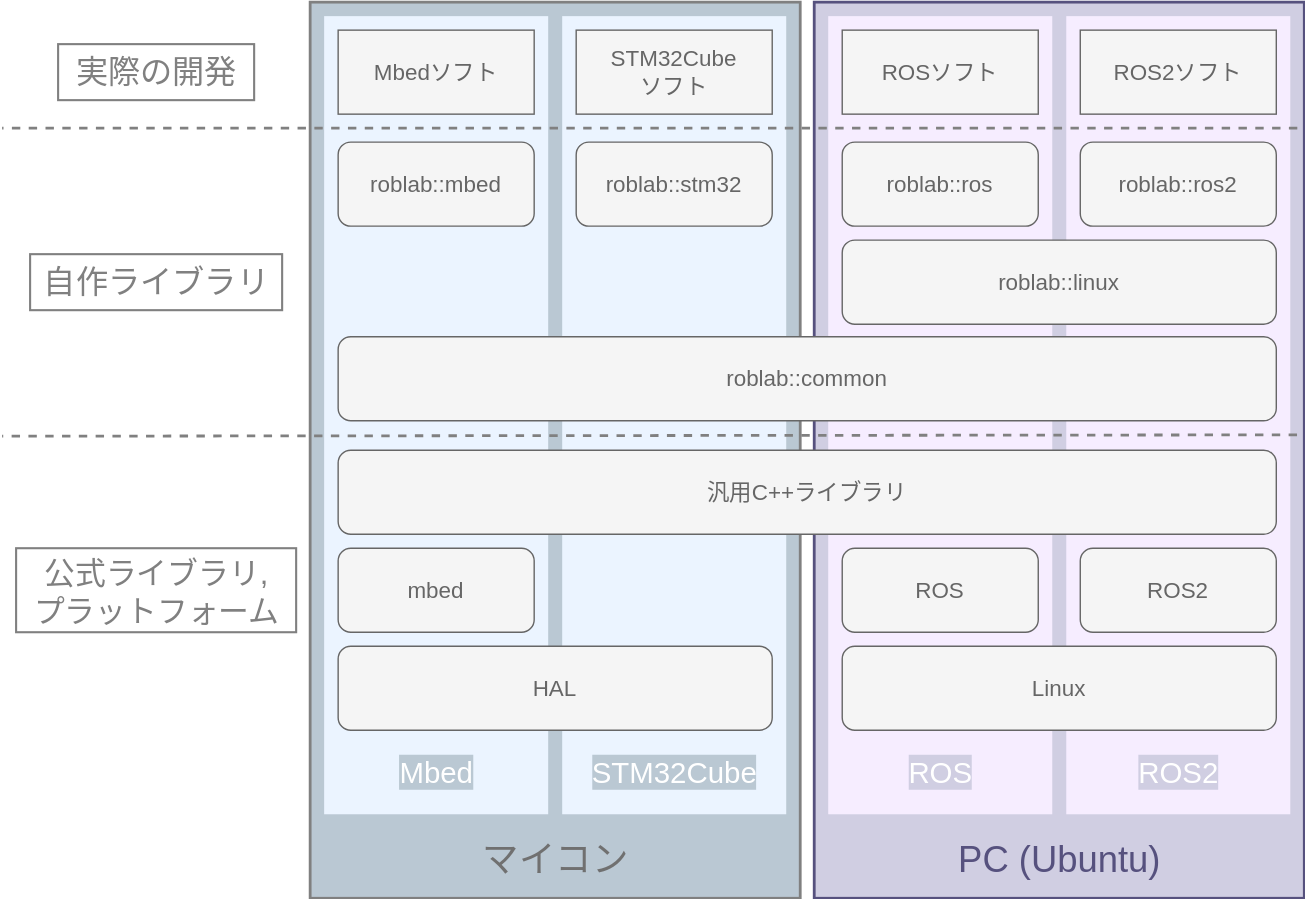
This is diagrams/ライブラリ全体構造.drawio.svg from shinshu-alps/alps_docs, a draw.io export, as it was before one commit. Source tidied: cells renumbered, new cells last; positions are measured from the earlier drawing's top-left corner, leaving out a move shared by most shapes.
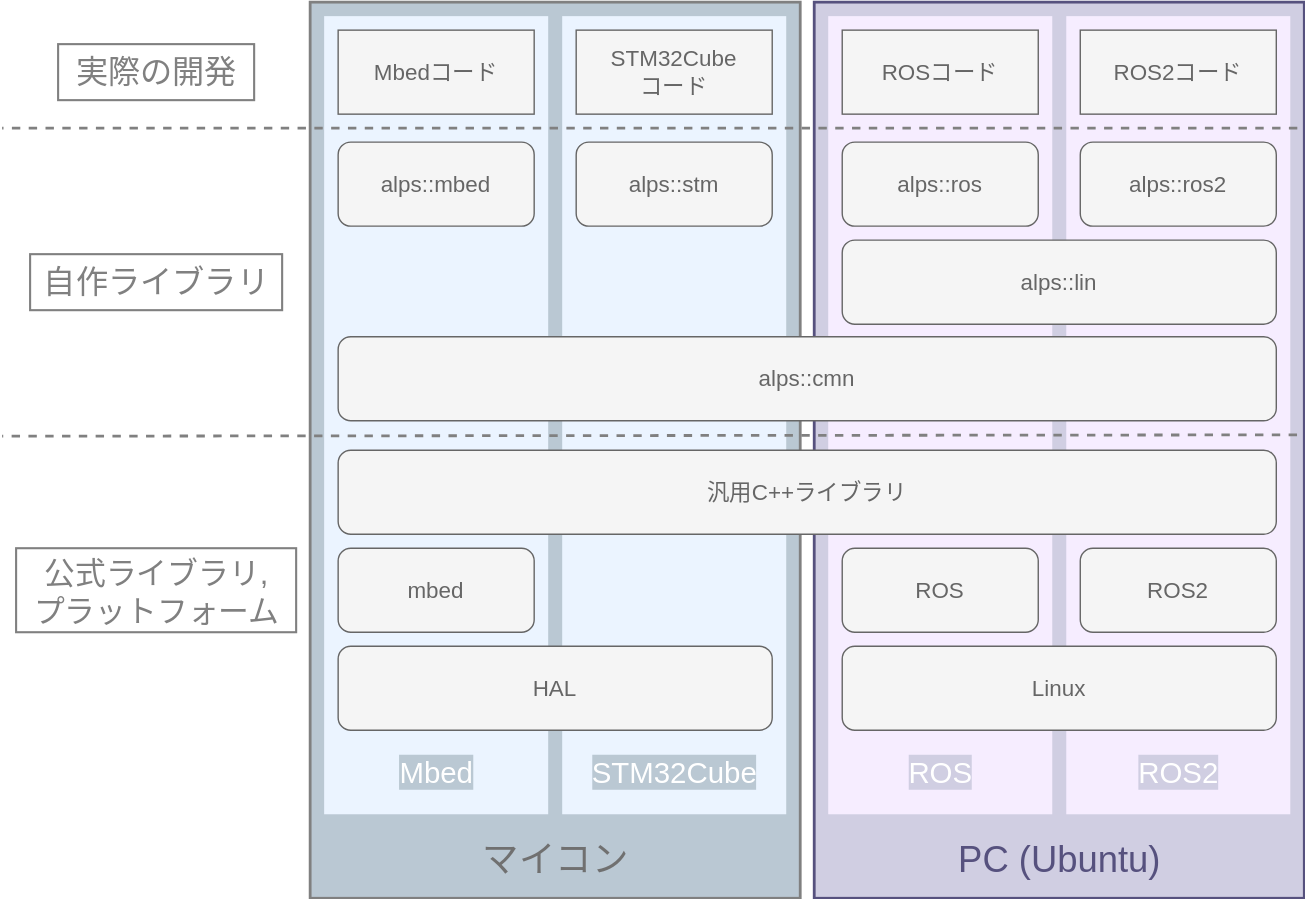
After the commit.

What changed in the source:
```diff
@@ -35,19 +35,19 @@
     <mxCell id="12" value="ROS2" style="rounded=1;whiteSpace=wrap;html=1;fillColor=#f5f5f5;strokeColor=#666666;fontColor=#666666;fontSize=16;labelBackgroundColor=none;labelBorderColor=none;" parent="1" vertex="1">
       <mxGeometry x="770" y="390" width="140" height="60" as="geometry" />
     </mxCell>
-    <mxCell id="13" value="roblab::common" style="rounded=1;whiteSpace=wrap;html=1;fillColor=#f5f5f5;strokeColor=#666666;fontColor=#666666;fontSize=16;labelBackgroundColor=none;labelBorderColor=none;" parent="1" vertex="1">
+    <mxCell id="13" value="alps::cmn" style="rounded=1;whiteSpace=wrap;html=1;fillColor=#f5f5f5;strokeColor=#666666;fontColor=#666666;fontSize=16;labelBackgroundColor=none;labelBorderColor=none;" parent="1" vertex="1">
       <mxGeometry x="240" y="239" width="670" height="60" as="geometry" />
     </mxCell>
-    <mxCell id="14" value="roblab::stm32" style="rounded=1;whiteSpace=wrap;html=1;fillColor=#f5f5f5;strokeColor=#666666;fontColor=#666666;fontSize=16;labelBackgroundColor=none;labelBorderColor=none;" parent="1" vertex="1">
+    <mxCell id="14" value="alps::stm" style="rounded=1;whiteSpace=wrap;html=1;fillColor=#f5f5f5;strokeColor=#666666;fontColor=#666666;fontSize=16;labelBackgroundColor=none;labelBorderColor=none;" parent="1" vertex="1">
       <mxGeometry x="410" y="100" width="140" height="60" as="geometry" />
     </mxCell>
-    <mxCell id="15" value="roblab::mbed" style="rounded=1;whiteSpace=wrap;html=1;fillColor=#f5f5f5;strokeColor=#666666;fontColor=#666666;fontSize=16;labelBackgroundColor=none;labelBorderColor=none;" parent="1" vertex="1">
+    <mxCell id="15" value="alps::mbed" style="rounded=1;whiteSpace=wrap;html=1;fillColor=#f5f5f5;strokeColor=#666666;fontColor=#666666;fontSize=16;labelBackgroundColor=none;labelBorderColor=none;" parent="1" vertex="1">
       <mxGeometry x="240" y="100" width="140" height="60" as="geometry" />
     </mxCell>
-    <mxCell id="16" value="roblab::ros2" style="rounded=1;whiteSpace=wrap;html=1;fillColor=#f5f5f5;strokeColor=#666666;fontColor=#666666;fontSize=16;labelBackgroundColor=none;labelBorderColor=none;" parent="1" vertex="1">
+    <mxCell id="16" value="alps::ros2" style="rounded=1;whiteSpace=wrap;html=1;fillColor=#f5f5f5;strokeColor=#666666;fontColor=#666666;fontSize=16;labelBackgroundColor=none;labelBorderColor=none;" parent="1" vertex="1">
       <mxGeometry x="770" y="100" width="140" height="60" as="geometry" />
     </mxCell>
-    <mxCell id="17" value="roblab::ros" style="rounded=1;whiteSpace=wrap;html=1;fillColor=#f5f5f5;strokeColor=#666666;fontColor=#666666;fontSize=16;labelBackgroundColor=none;labelBorderColor=none;" parent="1" vertex="1">
+    <mxCell id="17" value="alps::ros" style="rounded=1;whiteSpace=wrap;html=1;fillColor=#f5f5f5;strokeColor=#666666;fontColor=#666666;fontSize=16;labelBackgroundColor=none;labelBorderColor=none;" parent="1" vertex="1">
       <mxGeometry x="600" y="100" width="140" height="60" as="geometry" />
     </mxCell>
     <mxCell id="18" value="&lt;font style=&quot;font-size: 26px;&quot;&gt;マイコン&lt;/font&gt;" style="text;html=1;align=center;verticalAlign=middle;strokeColor=none;fillColor=none;rounded=1;fontColor=#707070;labelBackgroundColor=none;fontSize=26;" parent="1" vertex="1">
@@ -56,7 +56,7 @@
     <mxCell id="19" value="&lt;font color=&quot;#56517e&quot; style=&quot;font-size: 26px;&quot;&gt;PC (Ubuntu)&lt;/font&gt;" style="text;html=1;align=center;verticalAlign=middle;strokeColor=none;fillColor=none;rounded=1;fontColor=#707070;" parent="1" vertex="1">
       <mxGeometry x="670" y="593" width="170" height="40" as="geometry" />
     </mxCell>
-    <mxCell id="20" value="roblab::linux" style="rounded=1;whiteSpace=wrap;html=1;fillColor=#f5f5f5;strokeColor=#666666;fontColor=#666666;fontSize=16;labelBackgroundColor=none;labelBorderColor=none;" parent="1" vertex="1">
+    <mxCell id="20" value="alps::lin" style="rounded=1;whiteSpace=wrap;html=1;fillColor=#f5f5f5;strokeColor=#666666;fontColor=#666666;fontSize=16;labelBackgroundColor=none;labelBorderColor=none;" parent="1" vertex="1">
       <mxGeometry x="600" y="170" width="310" height="60" as="geometry" />
     </mxCell>
     <mxCell id="21" style="endArrow=none;html=1;rounded=1;strokeColor=#808080;strokeWidth=2;shadow=0;fillColor=#eeeeee;dashed=1;fontColor=#808080;" parent="1" edge="1">
@@ -80,7 +80,7 @@
     <mxCell id="25" value="汎用C++ライブラリ" style="rounded=1;whiteSpace=wrap;html=1;fillColor=#f5f5f5;strokeColor=#666666;fontColor=#666666;fontSize=16;labelBackgroundColor=none;labelBorderColor=none;" parent="1" vertex="1">
       <mxGeometry x="240" y="320" width="670" height="60" as="geometry" />
     </mxCell>
-    <mxCell id="26" value="Mbedソフト" style="rounded=0;whiteSpace=wrap;html=1;fillColor=#f5f5f5;strokeColor=#666666;fontColor=#666666;fontSize=16;labelBackgroundColor=none;labelBorderColor=none;" parent="1" vertex="1">
+    <mxCell id="26" value="Mbedコード" style="rounded=0;whiteSpace=wrap;html=1;fillColor=#f5f5f5;strokeColor=#666666;fontColor=#666666;fontSize=16;labelBackgroundColor=none;labelBorderColor=none;" parent="1" vertex="1">
       <mxGeometry x="240" y="20" width="140" height="60" as="geometry" />
     </mxCell>
     <mxCell id="27" value="&lt;font style=&quot;font-size: 21px;&quot;&gt;&amp;nbsp;Mbed&amp;nbsp;&lt;/font&gt;" style="text;html=1;align=center;verticalAlign=middle;strokeColor=none;fillColor=none;rounded=1;fontColor=#FFFFFF;labelBackgroundColor=#BAC8D3;fontSize=21;" parent="1" vertex="1">
@@ -95,13 +95,13 @@
     <mxCell id="30" value="&amp;nbsp;ROS2&amp;nbsp;" style="text;html=1;align=center;verticalAlign=middle;strokeColor=none;fillColor=none;rounded=1;fontColor=#FFFFFF;labelBackgroundColor=#D0CEE2;fontSize=21;" parent="1" vertex="1">
       <mxGeometry x="795" y="530" width="90" height="40" as="geometry" />
     </mxCell>
-    <mxCell id="31" value="STM32Cube&lt;br&gt;ソフト" style="rounded=0;whiteSpace=wrap;html=1;fillColor=#f5f5f5;strokeColor=#666666;fontColor=#666666;fontSize=16;labelBackgroundColor=none;labelBorderColor=none;" parent="1" vertex="1">
+    <mxCell id="31" value="STM32Cube&lt;br&gt;コード" style="rounded=0;whiteSpace=wrap;html=1;fillColor=#f5f5f5;strokeColor=#666666;fontColor=#666666;fontSize=16;labelBackgroundColor=none;labelBorderColor=none;" parent="1" vertex="1">
       <mxGeometry x="410" y="20" width="140" height="60" as="geometry" />
     </mxCell>
-    <mxCell id="32" value="ROSソフト" style="rounded=0;whiteSpace=wrap;html=1;fillColor=#f5f5f5;strokeColor=#666666;fontColor=#666666;fontSize=16;labelBackgroundColor=none;labelBorderColor=none;" parent="1" vertex="1">
+    <mxCell id="32" value="ROSコード" style="rounded=0;whiteSpace=wrap;html=1;fillColor=#f5f5f5;strokeColor=#666666;fontColor=#666666;fontSize=16;labelBackgroundColor=none;labelBorderColor=none;" parent="1" vertex="1">
       <mxGeometry x="600" y="20" width="140" height="60" as="geometry" />
     </mxCell>
-    <mxCell id="33" value="ROS2ソフト" style="rounded=0;whiteSpace=wrap;html=1;fillColor=#f5f5f5;strokeColor=#666666;fontColor=#666666;fontSize=16;labelBackgroundColor=none;labelBorderColor=none;" parent="1" vertex="1">
+    <mxCell id="33" value="ROS2コード" style="rounded=0;whiteSpace=wrap;html=1;fillColor=#f5f5f5;strokeColor=#666666;fontColor=#666666;fontSize=16;labelBackgroundColor=none;labelBorderColor=none;" parent="1" vertex="1">
       <mxGeometry x="770" y="20" width="140" height="60" as="geometry" />
     </mxCell>
     <mxCell id="34" value="実際の開発" style="text;html=1;align=center;verticalAlign=middle;strokeColor=#808080;fillColor=none;rounded=0;fontColor=#808080;fontSize=23;horizontal=1;rotation=0;strokeWidth=1.5;" parent="1" vertex="1">
```
